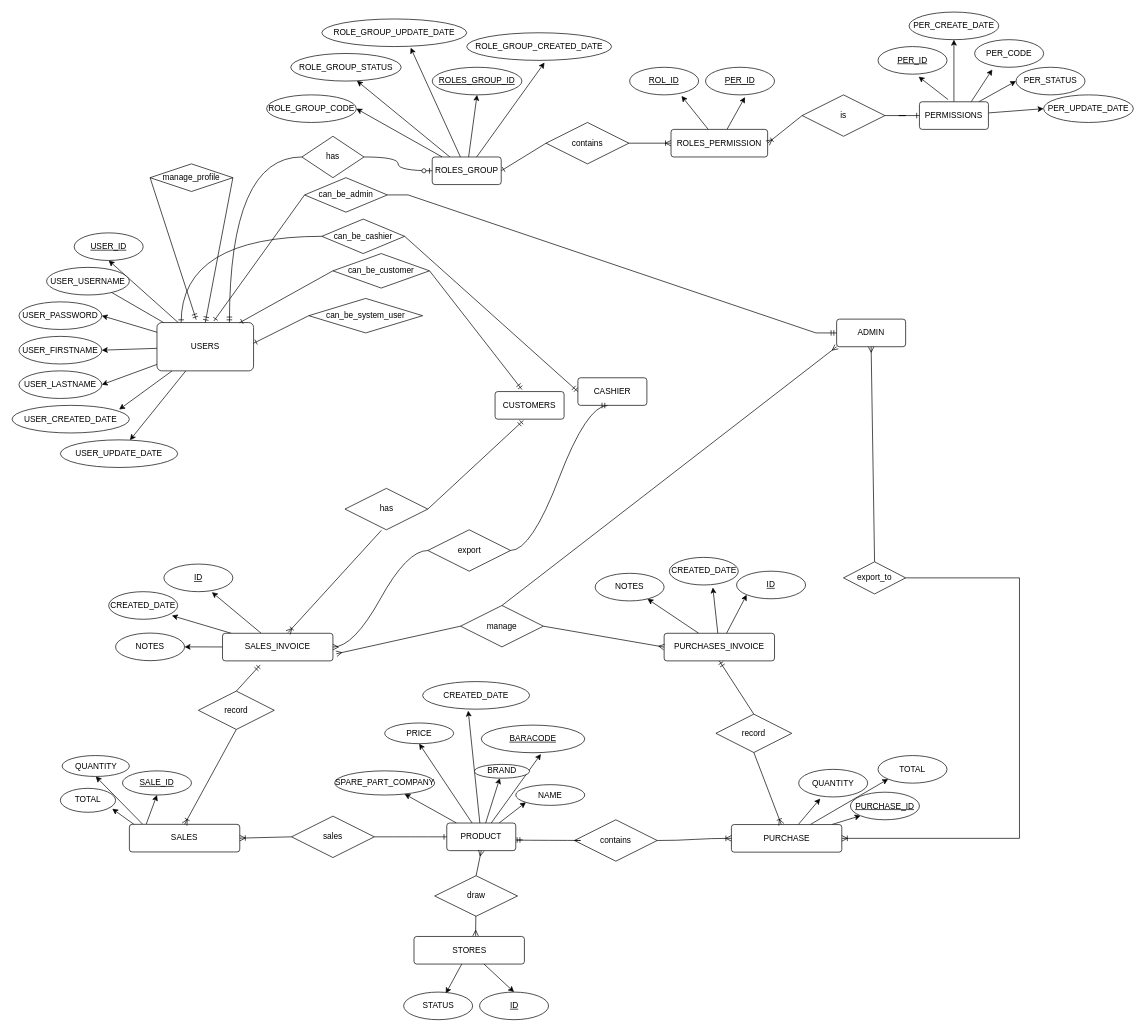
The draw.io diagram spare_parts_erd/erd.drawio in MhdGmal1998/my_work_in_analysing_system-, before the edit. Source tidied: cells renumbered, new cells numbered last; positions are measured from the earlier drawing's top-left corner, leaving out a move shared by most shapes. Both pictures are drawn from the tidied source at 69%, with x=0, y=0 at pixel (12, 12).
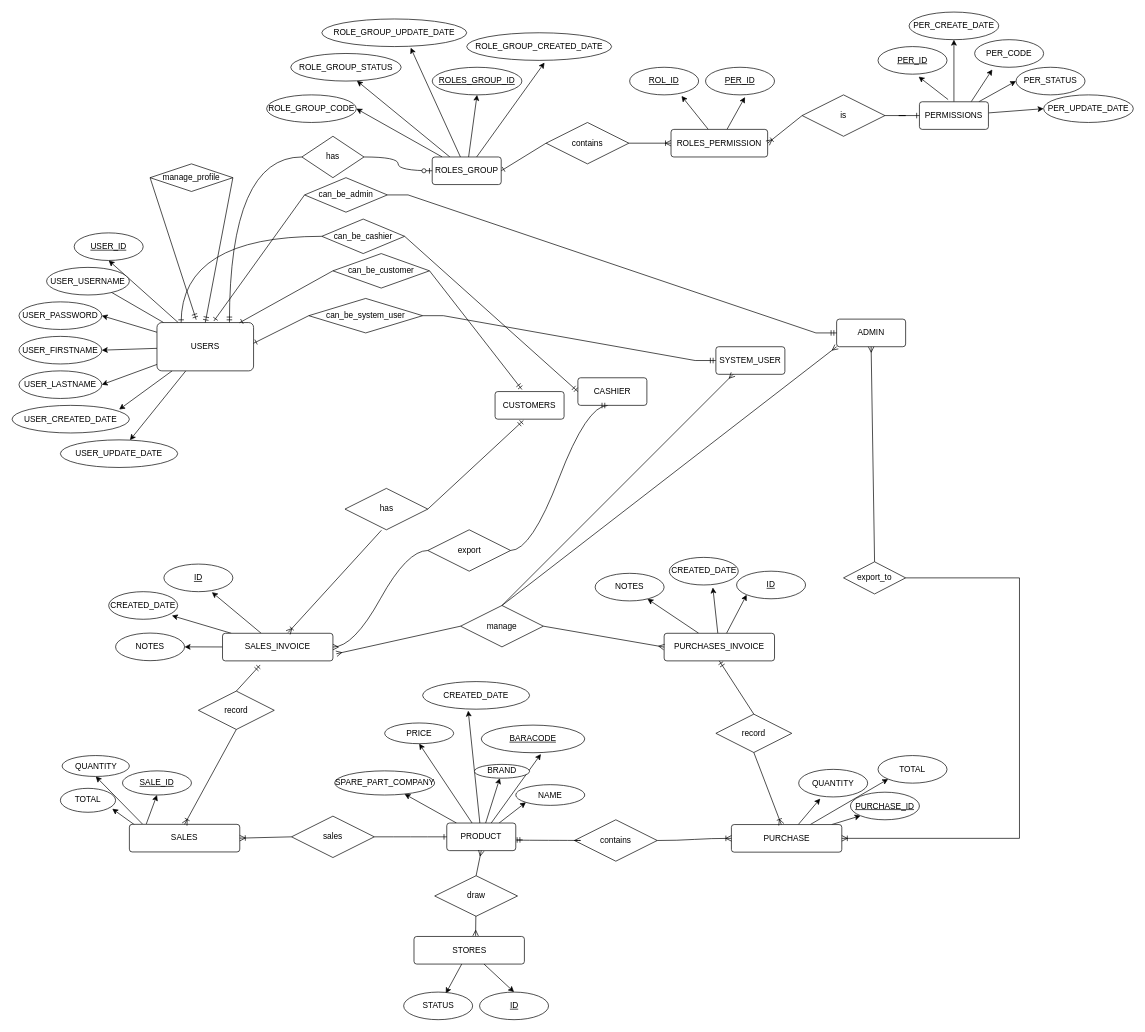
The same page after the edit.

Unchanged cells that the change refers to:
```xml
<mxCell id="141" value="manage" style="shape=rhombus;perimeter=rhombusPerimeter;whiteSpace=wrap;html=1;align=center;" parent="1" vertex="1">
  <mxGeometry x="650" y="860" width="120" height="60" as="geometry" />
</mxCell>
<mxCell id="146" value="can_be_system_user" style="shape=rhombus;perimeter=rhombusPerimeter;whiteSpace=wrap;html=1;align=center;" parent="1" vertex="1">
  <mxGeometry x="430" y="415" width="165" height="50" as="geometry" />
</mxCell>
```

What changed in the source:
```diff
@@
+    <mxCell id="148" style="edgeStyle=entityRelationEdgeStyle;fontSize=12;html=1;endArrow=ERmandOne;rounded=0;elbow=vertical;exitX=1;exitY=0.5;exitDx=0;exitDy=0;entryX=0;entryY=0.5;entryDx=0;entryDy=0;" parent="1" edge="1" source="146" target="149">
+      <mxGeometry relative="1" as="geometry" />
+    </mxCell>
+    <mxCell id="149" value="SYSTEM_USER" style="rounded=1;arcSize=10;whiteSpace=wrap;html=1;align=center;" parent="1" vertex="1">
+      <mxGeometry x="1020" y="485" width="100" height="40" as="geometry" />
+    </mxCell>
+    <mxCell id="150" style="fontSize=12;html=1;endArrow=ERmany;rounded=0;elbow=vertical;entryX=0.25;entryY=1;entryDx=0;entryDy=0;exitX=0.5;exitY=0;exitDx=0;exitDy=0;" parent="1" edge="1" source="141" target="149">
+      <mxGeometry relative="1" as="geometry" />
+    </mxCell>
```
